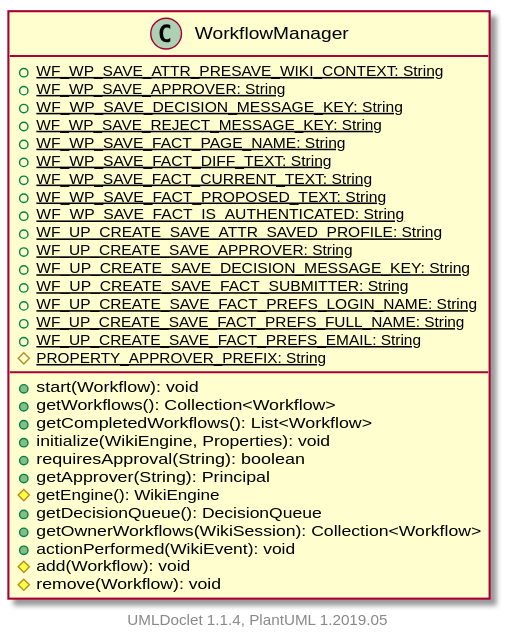
Above: apidocs/2.11.0.M7-SNAPSHOT/org/apache/wiki/workflow/WorkflowManager.svg in apache/jspwiki-site (PlantUML), before the change. Source of this version:
```plantuml
@startuml

    class WorkflowManager [[WorkflowManager.html]] {
        {static} +WF_WP_SAVE_ATTR_PRESAVE_WIKI_CONTEXT: String
        {static} +WF_WP_SAVE_APPROVER: String
        {static} +WF_WP_SAVE_DECISION_MESSAGE_KEY: String
        {static} +WF_WP_SAVE_REJECT_MESSAGE_KEY: String
        {static} +WF_WP_SAVE_FACT_PAGE_NAME: String
        {static} +WF_WP_SAVE_FACT_DIFF_TEXT: String
        {static} +WF_WP_SAVE_FACT_CURRENT_TEXT: String
        {static} +WF_WP_SAVE_FACT_PROPOSED_TEXT: String
        {static} +WF_WP_SAVE_FACT_IS_AUTHENTICATED: String
        {static} +WF_UP_CREATE_SAVE_ATTR_SAVED_PROFILE: String
        {static} +WF_UP_CREATE_SAVE_APPROVER: String
        {static} +WF_UP_CREATE_SAVE_DECISION_MESSAGE_KEY: String
        {static} +WF_UP_CREATE_SAVE_FACT_SUBMITTER: String
        {static} +WF_UP_CREATE_SAVE_FACT_PREFS_LOGIN_NAME: String
        {static} +WF_UP_CREATE_SAVE_FACT_PREFS_FULL_NAME: String
        {static} +WF_UP_CREATE_SAVE_FACT_PREFS_EMAIL: String
        {static} #PROPERTY_APPROVER_PREFIX: String
        +start(Workflow): void
        +getWorkflows(): Collection<Workflow>
        +getCompletedWorkflows(): List<Workflow>
        +initialize(WikiEngine, Properties): void
        +requiresApproval(String): boolean
        +getApprover(String): Principal
        #getEngine(): WikiEngine
        +getDecisionQueue(): DecisionQueue
        +getOwnerWorkflows(WikiSession): Collection<Workflow>
        +actionPerformed(WikiEvent): void
        #add(Workflow): void
        #remove(Workflow): void
    }


    center footer UMLDoclet 1.1.4, PlantUML 1.2019.05
@enduml
```
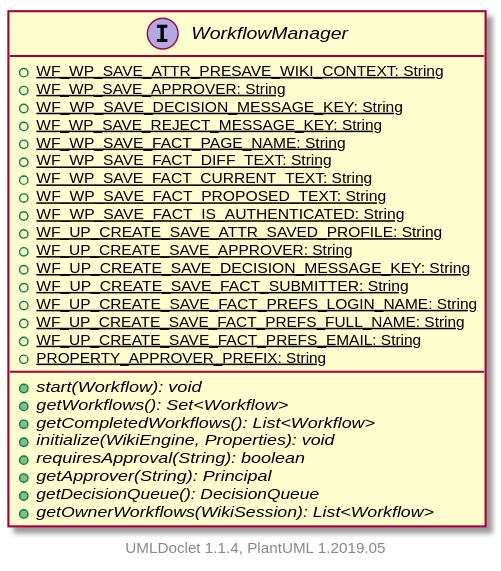
After the change.

The edit, as a diff of the source:
```diff
@@ -1,6 +1,6 @@
 @startuml
 
-    class WorkflowManager [[WorkflowManager.html]] {
+    interface WorkflowManager [[WorkflowManager.html]] {
         {static} +WF_WP_SAVE_ATTR_PRESAVE_WIKI_CONTEXT: String
         {static} +WF_WP_SAVE_APPROVER: String
         {static} +WF_WP_SAVE_DECISION_MESSAGE_KEY: String
@@ -17,19 +17,15 @@
         {static} +WF_UP_CREATE_SAVE_FACT_PREFS_LOGIN_NAME: String
         {static} +WF_UP_CREATE_SAVE_FACT_PREFS_FULL_NAME: String
         {static} +WF_UP_CREATE_SAVE_FACT_PREFS_EMAIL: String
-        {static} #PROPERTY_APPROVER_PREFIX: String
-        +start(Workflow): void
-        +getWorkflows(): Collection<Workflow>
-        +getCompletedWorkflows(): List<Workflow>
-        +initialize(WikiEngine, Properties): void
-        +requiresApproval(String): boolean
-        +getApprover(String): Principal
-        #getEngine(): WikiEngine
-        +getDecisionQueue(): DecisionQueue
-        +getOwnerWorkflows(WikiSession): Collection<Workflow>
-        +actionPerformed(WikiEvent): void
-        #add(Workflow): void
-        #remove(Workflow): void
+        {static} +PROPERTY_APPROVER_PREFIX: String
+        {abstract} +start(Workflow): void
+        {abstract} +getWorkflows(): Set<Workflow>
+        {abstract} +getCompletedWorkflows(): List<Workflow>
+        {abstract} +initialize(WikiEngine, Properties): void
+        {abstract} +requiresApproval(String): boolean
+        {abstract} +getApprover(String): Principal
+        {abstract} +getDecisionQueue(): DecisionQueue
+        {abstract} +getOwnerWorkflows(WikiSession): List<Workflow>
     }
 
 
```
